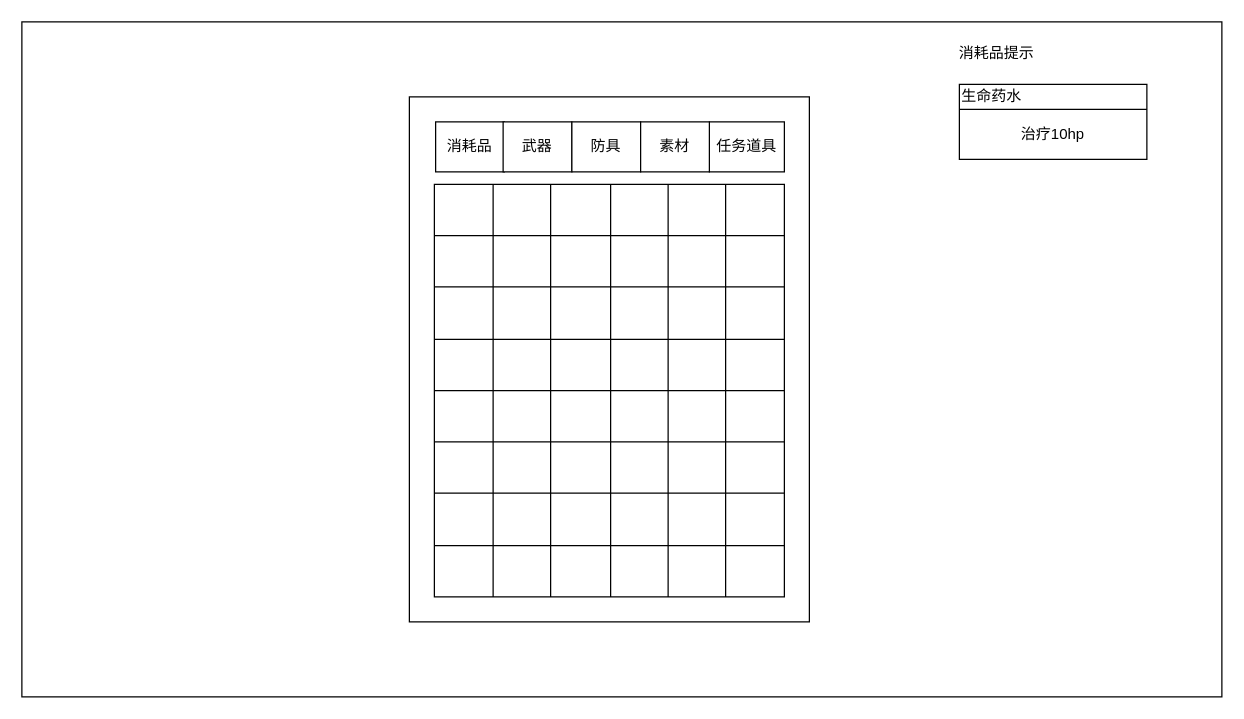
ssw940521/archerBackend keeps this draw.io diagram as inventory_ui.drawio. Above is the earlier version. Source tidied: cells renumbered, new cells numbered last; positions are measured from the earlier drawing's top-left corner, leaving out a move shared by most shapes. Both pictures are drawn from the tidied source at 125%, with x=0, y=0 at pixel (21, 21).
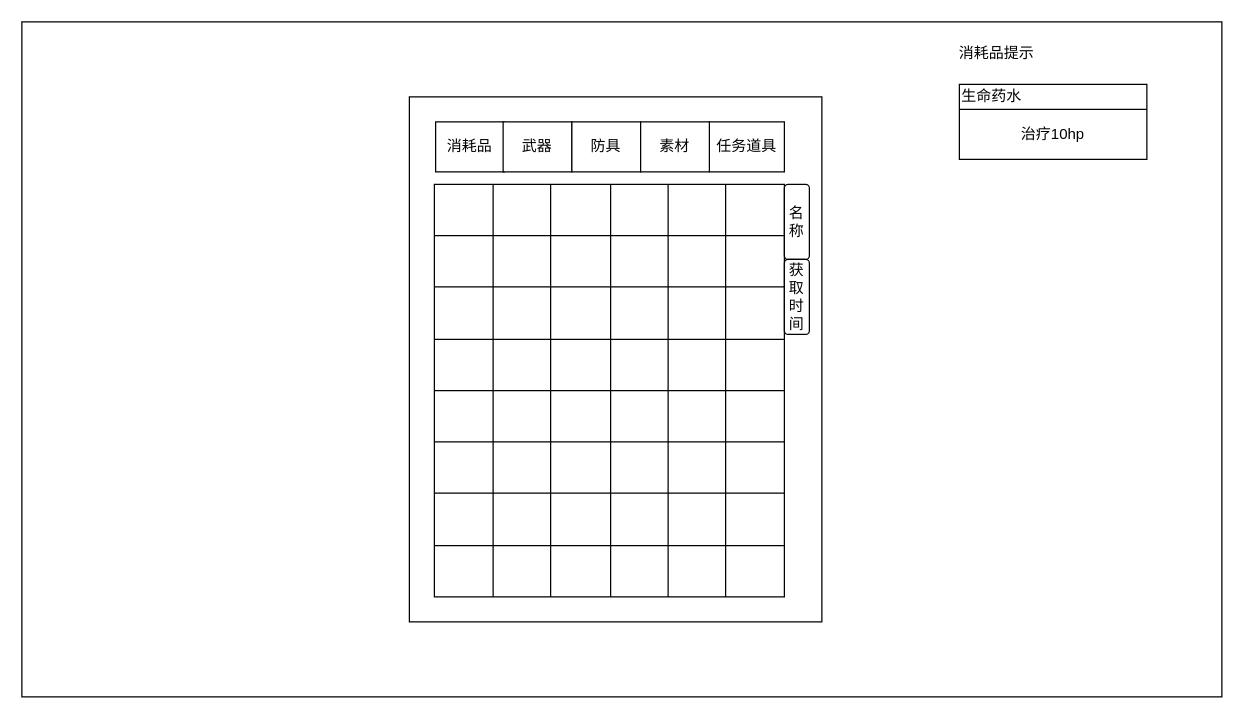
The same page after the edit.

What changed in the source:
```diff
@@
     <mxCell id="3" style="rounded=0;whiteSpace=wrap;html=1;fillColor=none;" parent="1" vertex="1">
-      <mxGeometry x="310" y="60" width="320" height="420" as="geometry" />
+      <mxGeometry x="310" y="60" width="330" height="420" as="geometry" />
     </mxCell>
@@
+    <mxCell id="72" value="名称" style="rounded=1;whiteSpace=wrap;html=1;" parent="1" vertex="1">
+      <mxGeometry x="610" y="130" width="20" height="60" as="geometry" />
+    </mxCell>
+    <mxCell id="73" value="获取时间" style="rounded=1;whiteSpace=wrap;html=1;" parent="1" vertex="1">
+      <mxGeometry x="610" y="190" width="20" height="60" as="geometry" />
+    </mxCell>
```
